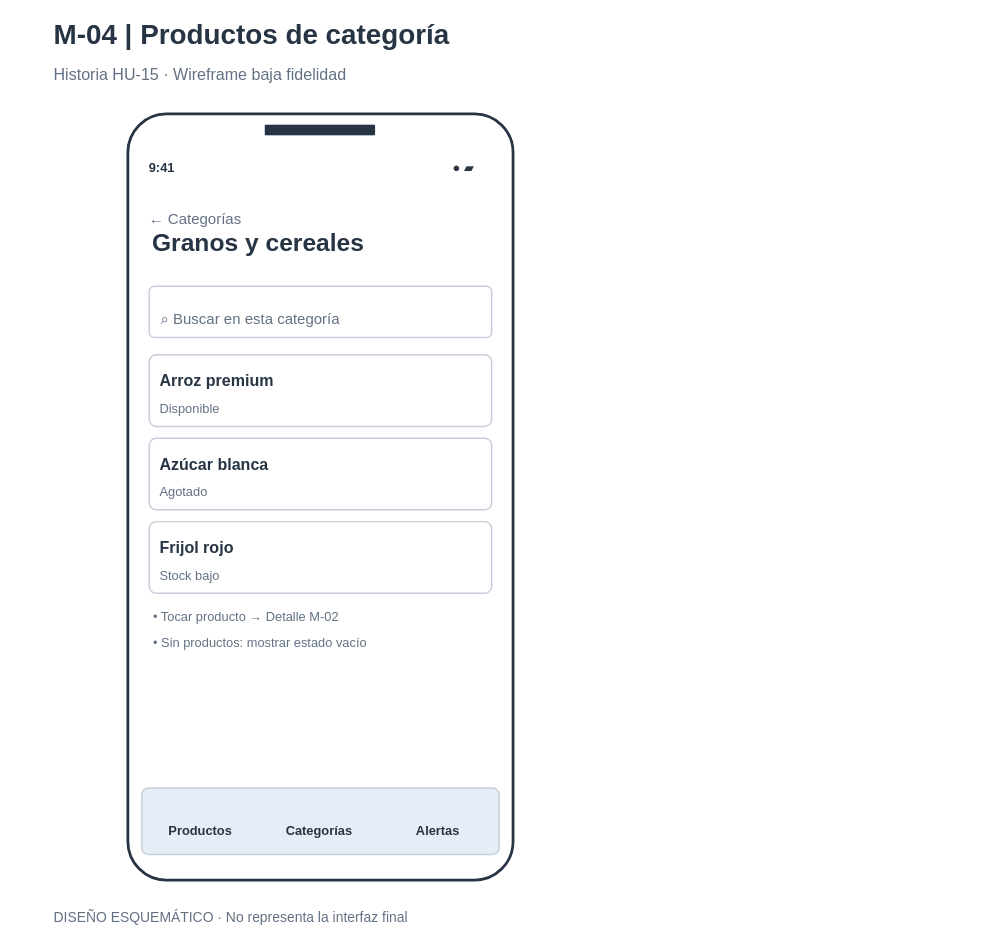
Above: page "M-04" (5 of 8) of 01-Documentacion/Wireframes/App/T03_Wireframes_y_Mapa.drawio in FactoryLabSV/Proyecto-final-dam-frameworks-agiles (draw.io), before the change. Source tidied: cells renumbered, new cells numbered last; positions are measured from the earlier drawing's top-left corner, leaving out a move shared by most shapes. Both pictures are drawn from the tidied source at 107%, with x=0, y=0 at pixel (18, 18).
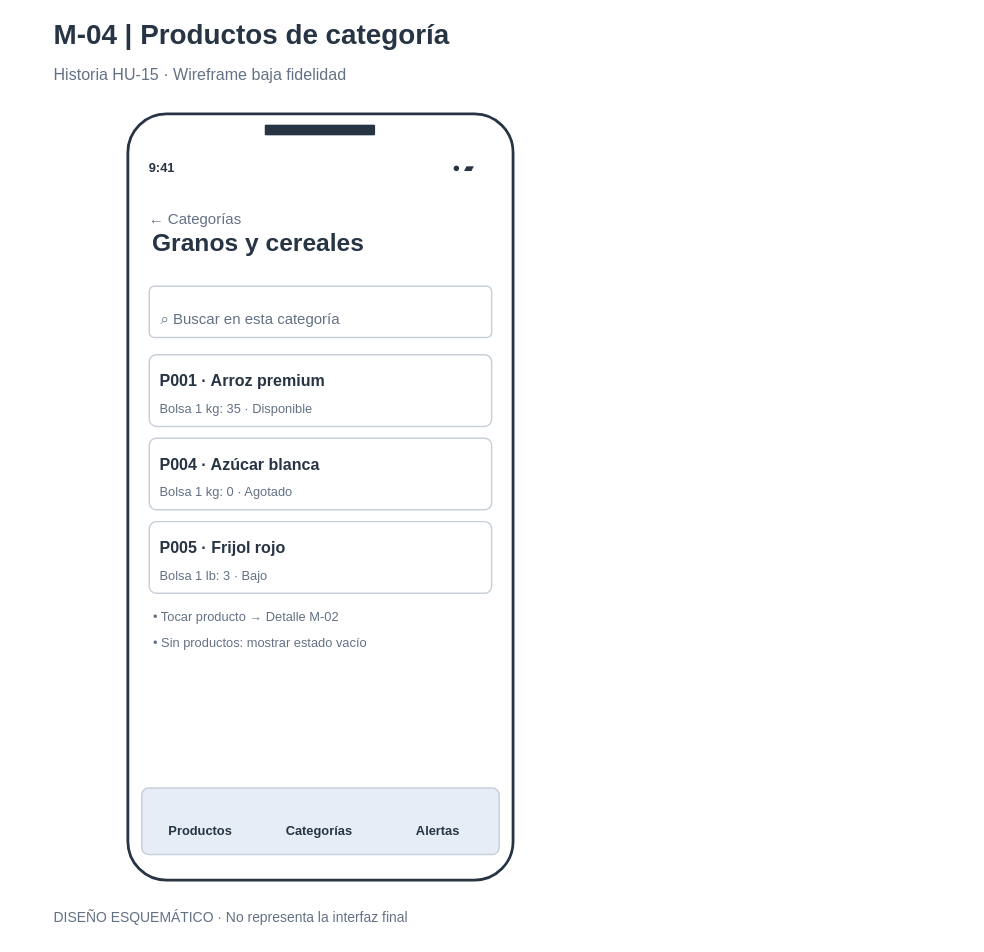
After the change.

The edit, as a diff of the source:
```diff
@@
-    <mxCell id="14" value="Arroz premium" style="text;html=1;whiteSpace=wrap;strokeColor=none;fillColor=none;align=left;verticalAlign=middle;fontSize=15;fontStyle=1;fontColor=#273444;spacing=0;" parent="1" vertex="1">
+    <mxCell id="14" value="P001 · Arroz premium" style="text;html=1;whiteSpace=wrap;strokeColor=none;fillColor=none;align=left;verticalAlign=middle;fontSize=15;fontStyle=1;fontColor=#273444;spacing=0;" parent="1" vertex="1">
       <mxGeometry x="132" y="323" width="480" height="30" as="geometry" />
     </mxCell>
-    <mxCell id="15" value="Disponible" style="text;html=1;whiteSpace=wrap;strokeColor=none;fillColor=none;align=left;verticalAlign=middle;fontSize=12;fontStyle=0;fontColor=#637184;spacing=0;" parent="1" vertex="1">
+    <mxCell id="15" value="Bolsa 1 kg: 35 · Disponible" style="text;html=1;whiteSpace=wrap;strokeColor=none;fillColor=none;align=left;verticalAlign=middle;fontSize=12;fontStyle=0;fontColor=#637184;spacing=0;" parent="1" vertex="1">
       <mxGeometry x="132" y="350" width="480" height="30" as="geometry" />
     </mxCell>
@@
-    <mxCell id="17" value="Azúcar blanca" style="text;html=1;whiteSpace=wrap;strokeColor=none;fillColor=none;align=left;verticalAlign=middle;fontSize=15;fontStyle=1;fontColor=#273444;spacing=0;" parent="1" vertex="1">
+    <mxCell id="17" value="P004 · Azúcar blanca" style="text;html=1;whiteSpace=wrap;strokeColor=none;fillColor=none;align=left;verticalAlign=middle;fontSize=15;fontStyle=1;fontColor=#273444;spacing=0;" parent="1" vertex="1">
       <mxGeometry x="132" y="401" width="480" height="30" as="geometry" />
     </mxCell>
-    <mxCell id="18" value="Agotado" style="text;html=1;whiteSpace=wrap;strokeColor=none;fillColor=none;align=left;verticalAlign=middle;fontSize=12;fontStyle=0;fontColor=#637184;spacing=0;" parent="1" vertex="1">
+    <mxCell id="18" value="Bolsa 1 kg: 0 · Agotado" style="text;html=1;whiteSpace=wrap;strokeColor=none;fillColor=none;align=left;verticalAlign=middle;fontSize=12;fontStyle=0;fontColor=#637184;spacing=0;" parent="1" vertex="1">
       <mxGeometry x="132" y="428" width="480" height="30" as="geometry" />
     </mxCell>
@@
-    <mxCell id="20" value="Frijol rojo" style="text;html=1;whiteSpace=wrap;strokeColor=none;fillColor=none;align=left;verticalAlign=middle;fontSize=15;fontStyle=1;fontColor=#273444;spacing=0;" parent="1" vertex="1">
+    <mxCell id="20" value="&lt;p&gt;&lt;/p&gt;&lt;p&gt;P005 · Frijol rojo&lt;/p&gt;" style="text;html=1;whiteSpace=wrap;strokeColor=none;fillColor=none;align=left;verticalAlign=middle;fontSize=15;fontStyle=1;fontColor=#273444;spacing=0;" parent="1" vertex="1">
       <mxGeometry x="132" y="479" width="480" height="30" as="geometry" />
     </mxCell>
-    <mxCell id="21" value="Stock bajo" style="text;html=1;whiteSpace=wrap;strokeColor=none;fillColor=none;align=left;verticalAlign=middle;fontSize=12;fontStyle=0;fontColor=#637184;spacing=0;" parent="1" vertex="1">
+    <mxCell id="21" value="Bolsa 1 lb: 3 · Bajo" style="text;html=1;whiteSpace=wrap;strokeColor=none;fillColor=none;align=left;verticalAlign=middle;fontSize=12;fontStyle=0;fontColor=#637184;spacing=0;" parent="1" vertex="1">
       <mxGeometry x="132" y="506" width="480" height="30" as="geometry" />
     </mxCell>
```
